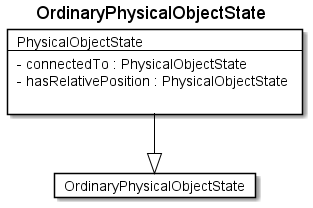
rtigran/rdf2adoc keeps this PlantUML diagram as fragments/diagrams/OrdinaryPhysicalObjectState.png. Above is the earlier version.
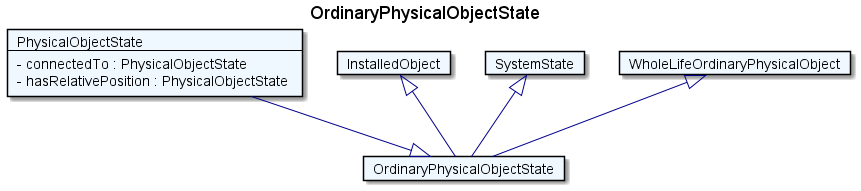
The same file after the commit.

The edit, as a diff of the source:
```diff
@@ -1,15 +1,26 @@
 @startuml
 Title OrdinaryPhysicalObjectState
 
-Card OrdinaryPhysicalObjectState #fff [
+Card OrdinaryPhysicalObjectState #F0F8FF [
 OrdinaryPhysicalObjectState
 ]
-Card PhysicalObjectState #fff [
+Card PhysicalObjectState #F0F8FF [
 PhysicalObjectState
 ----
 - connectedTo : PhysicalObjectState
 - hasRelativePosition : PhysicalObjectState
-
 ]
-PhysicalObjectState --|> OrdinaryPhysicalObjectState  #000
+PhysicalObjectState --|> OrdinaryPhysicalObjectState  #00008B
+Card InstalledObject #F0F8FF [
+InstalledObject
+]
+InstalledObject <|-- OrdinaryPhysicalObjectState  #00008B
+Card SystemState #F0F8FF [
+SystemState
+]
+SystemState <|-- OrdinaryPhysicalObjectState  #00008B
+Card WholeLifeOrdinaryPhysicalObject #F0F8FF [
+WholeLifeOrdinaryPhysicalObject
+]
+WholeLifeOrdinaryPhysicalObject <|-- OrdinaryPhysicalObjectState  #00008B
 @enduml
```
